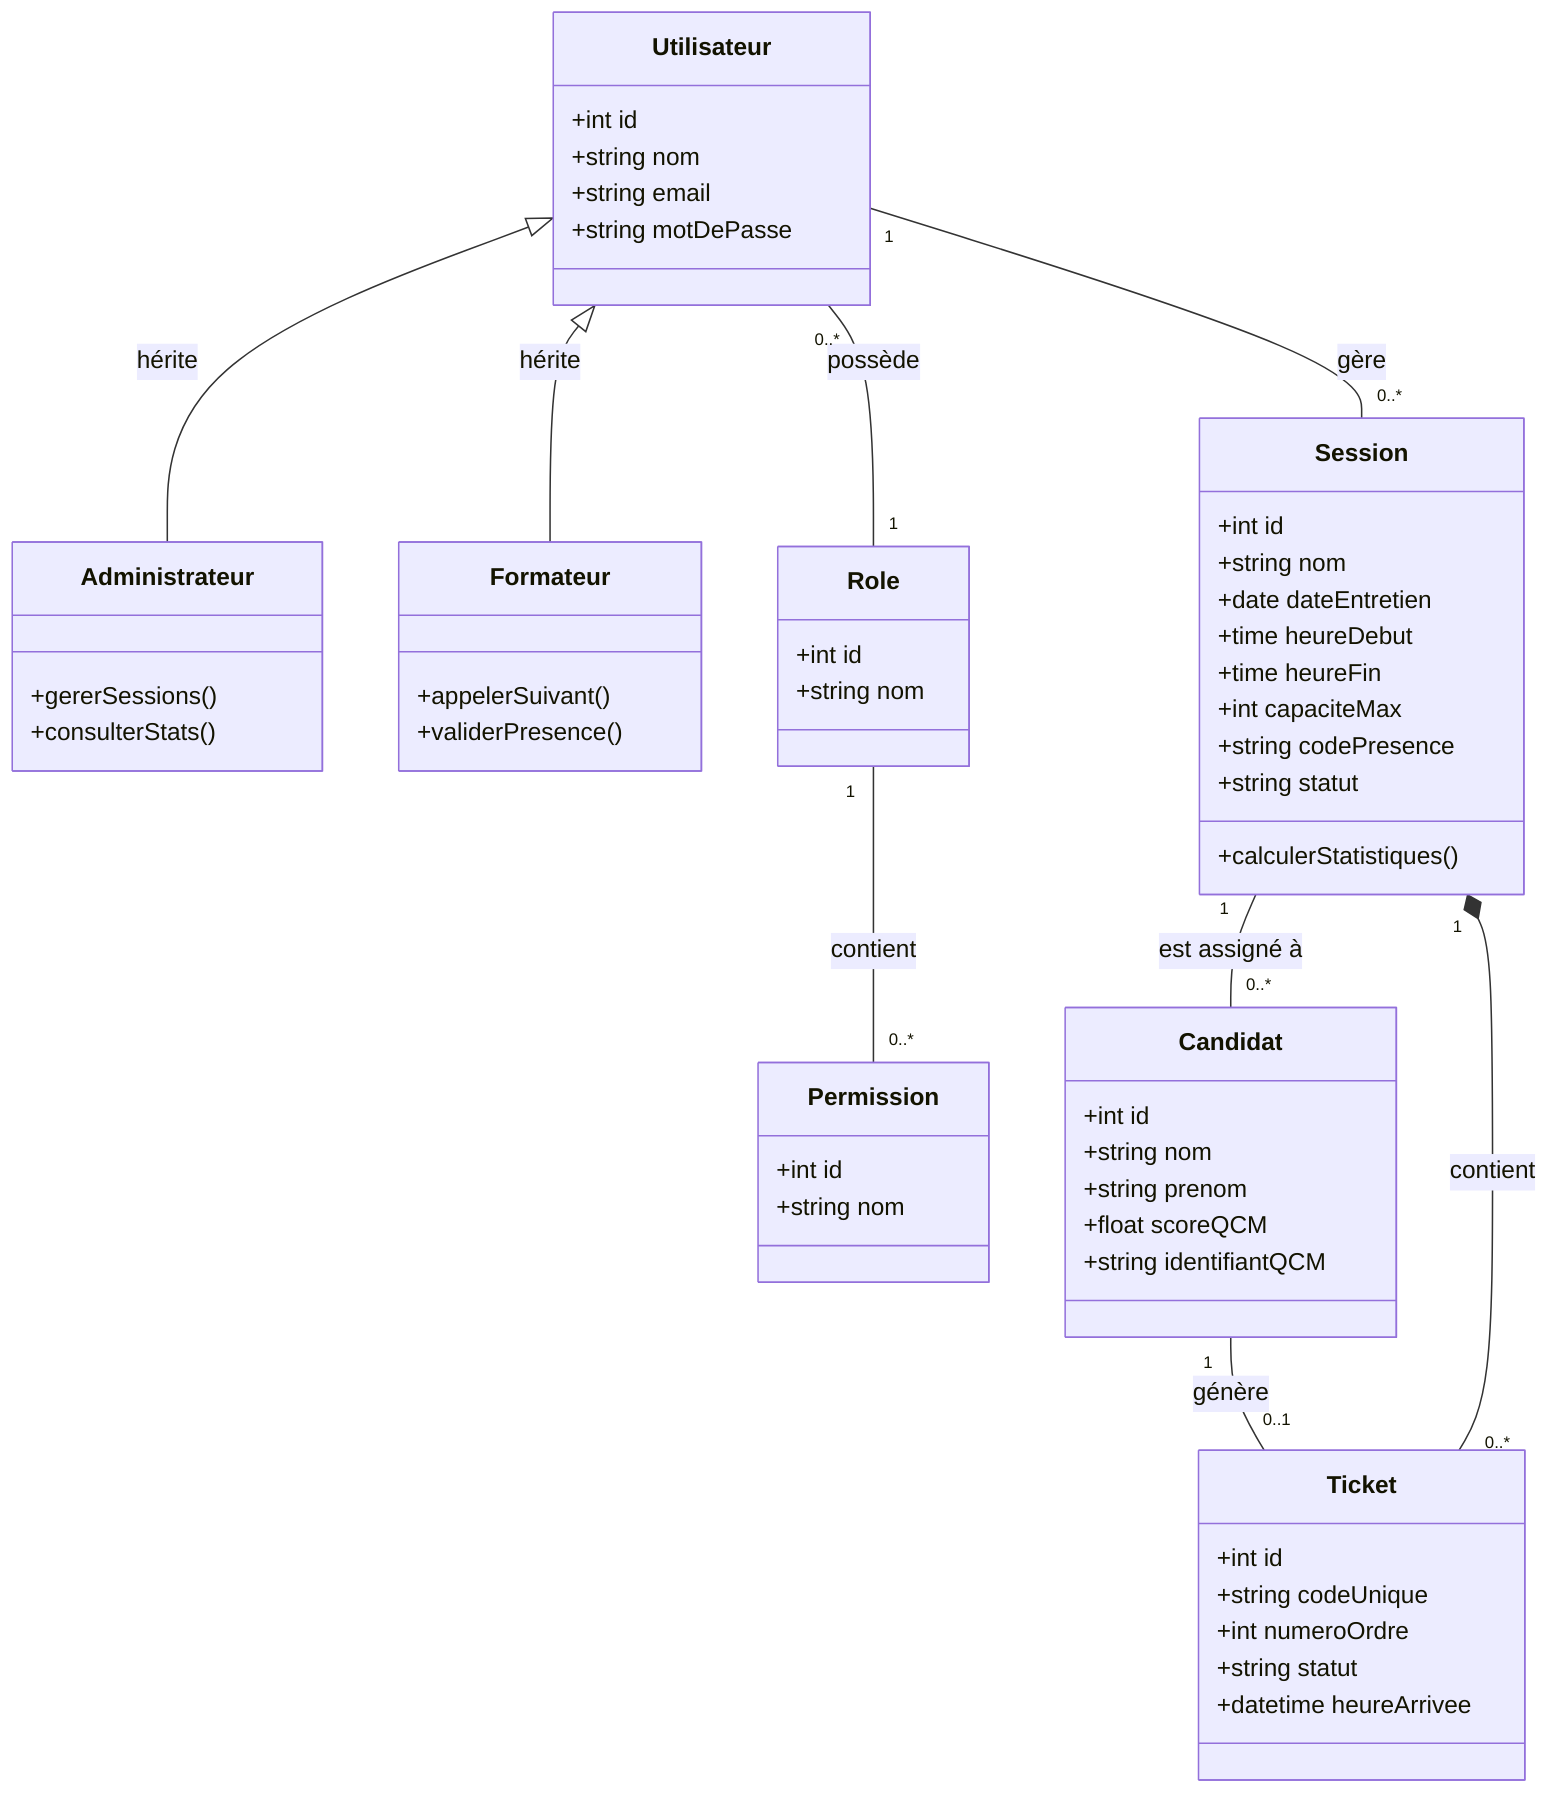
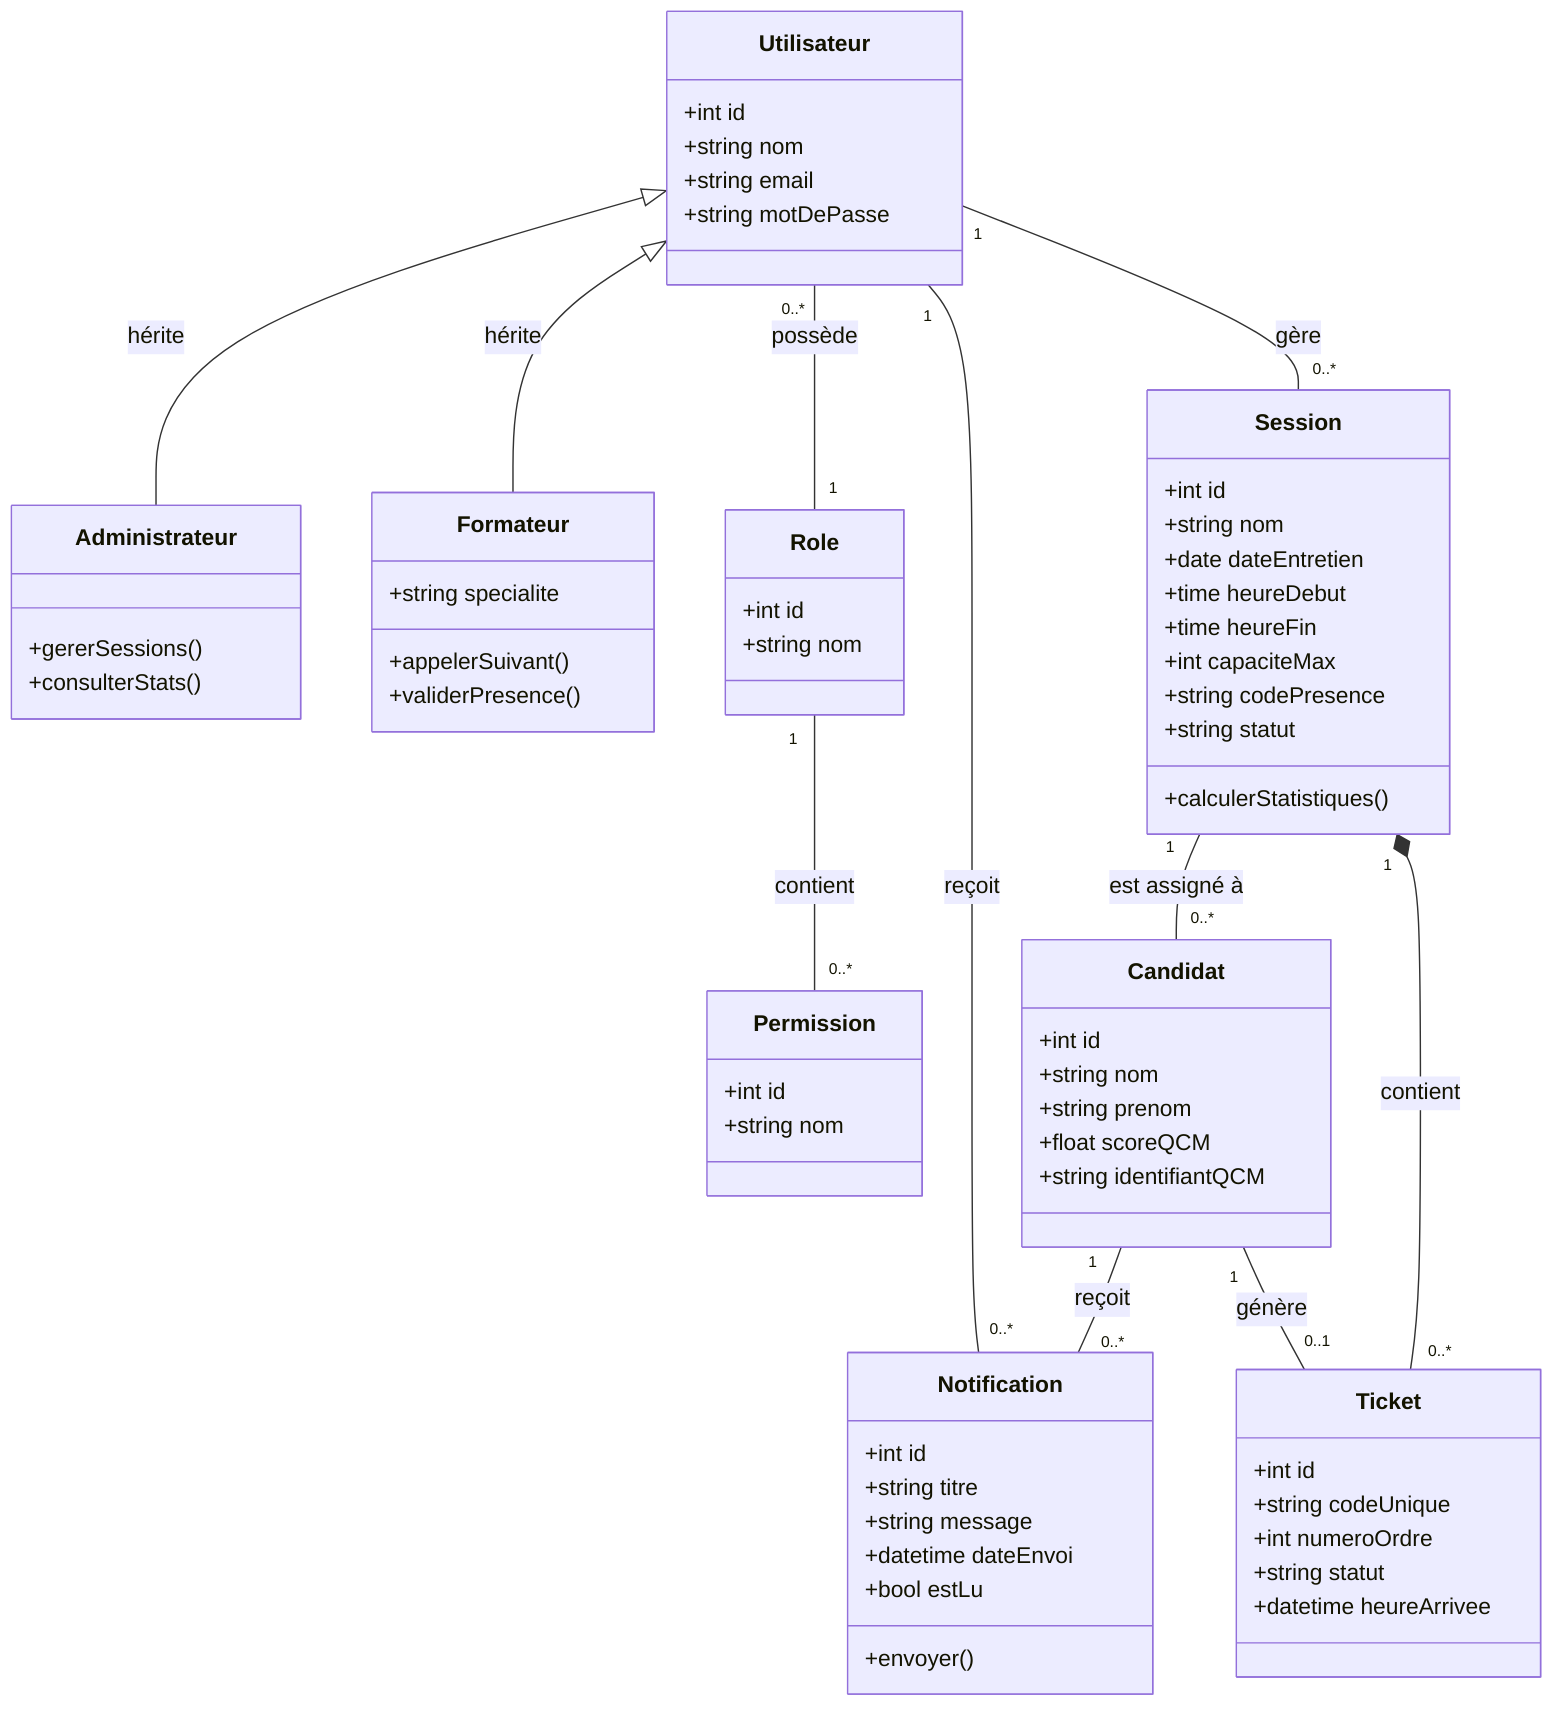
classDiagram
    %% Classe Parent
    class Utilisateur {
        +int id
        +string nom
        +string email
        +string motDePasse
    }

-     %% Héritage pour les rôles administratifs
+     %% Héritage corrigé
    class Administrateur {
        +gererSessions()
        +consulterStats()
    }

    class Formateur {
+         +string specialite
        +appelerSuivant()
        +validerPresence()
    }

    Utilisateur <|-- Administrateur : hérite
    Utilisateur <|-- Formateur : hérite
+ 
+     %% Nouvelle entité réclamée par le prof
+     class Notification {
+         +int id
+         +string titre
+         +string message
+         +datetime dateEnvoi
+         +bool estLu
+         +envoyer()
+     }

    class Role {
        +int id
        +string nom
    }

    class Permission {
        +int id
        +string nom
    }

    class Session {
        +int id
        +string nom
        +date dateEntretien
        +time heureDebut
        +time heureFin
        +int capaciteMax
        +string codePresence
        +string statut
        +calculerStatistiques()
    }

    class Candidat {
        +int id
        +string nom
        +string prenom
        +float scoreQCM
        +string identifiantQCM
    }

    class Ticket {
        +int id
        +string codeUnique
        +int numeroOrdre
        +string statut
        +datetime heureArrivee
    }

-     %% Relations
    Utilisateur "0..*" -- "1" Role : possède
    Role "1" -- "0..*" Permission : contient
- 
-     %% Un Admin ou Formateur peut gérer des sessions
    Utilisateur "1" -- "0..*" Session : gère

-     %% Relations liées au processus de file d'attente
+     Utilisateur "1" -- "0..*" Notification : reçoit
+     Candidat "1" -- "0..*" Notification : reçoit
+ 
    Session "1" -- "0..*" Candidat : est assigné à
    Candidat "1" -- "0..1" Ticket : génère
    Session "1" *-- "0..*" Ticket : contient